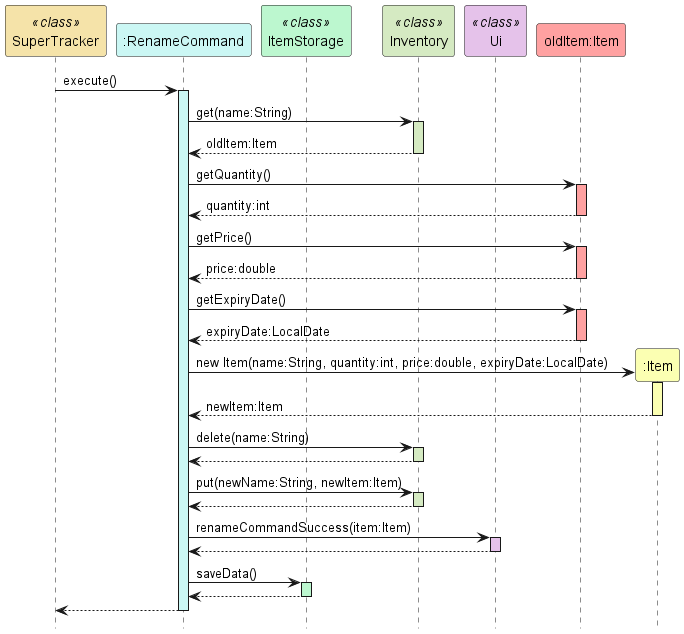
Above: docs/uml-diagrams/RenameCommandSequence.png in rismm/tp (PlantUML), before the change.
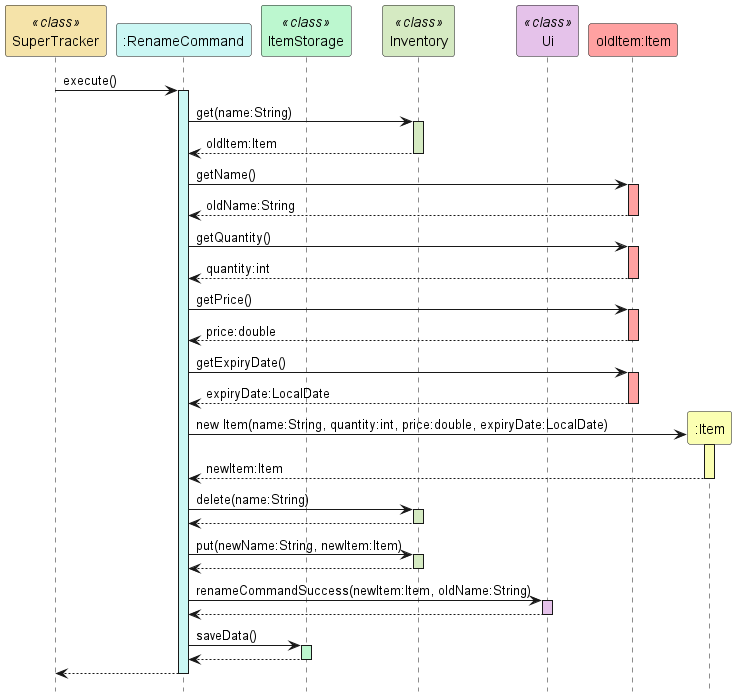
Later version of the same file.

Change to the diagram source:
```diff
@@ -15,6 +15,11 @@
 activate Inventory #d5eac2
 Inventory --> RenameCommand : oldItem:Item
 deactivate Inventory
+
+RenameCommand -> oldItem: getName()
+activate oldItem #ffa1a1
+oldItem --> RenameCommand: oldName:String
+deactivate oldItem
 
 RenameCommand -> oldItem: getQuantity()
 activate oldItem #ffa1a1
@@ -46,7 +51,7 @@
 Inventory --> RenameCommand
 deactivate Inventory
 
-RenameCommand -> Ui : renameCommandSuccess(item:Item)
+RenameCommand -> Ui : renameCommandSuccess(newItem:Item, oldName:String)
 activate Ui #e5c2ea
 Ui --> RenameCommand
 deactivate Ui
```
